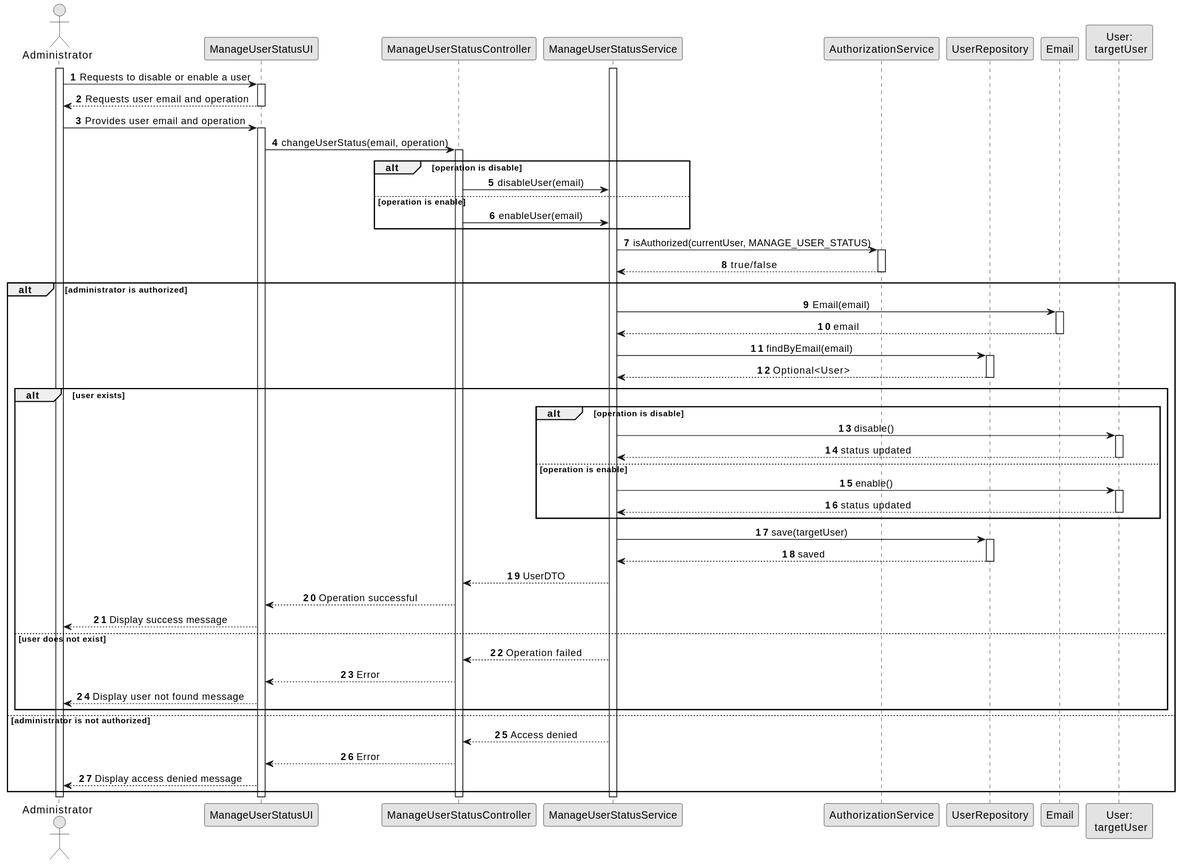
1240537-brunorodrigues/sem4pi-2526-individual-1240537 keeps this PlantUML diagram as docs/user-stories/02-identity-and-backoffice/US032/03.design/svg/US032-SD.svg. Above is the earlier version. Source of this version:
```plantuml
@startuml
skinparam monochrome true
skinparam packageStyle rectangle
skinparam shadowing false
skinparam sequenceMessageAlign center

autonumber

actor "Administrator" as Admin
participant "ManageUserStatusUI" as UI
participant "ManageUserStatusController" as CTRL
participant "ManageUserStatusService" as Service
participant "AuthorizationService" as AuthzService
participant "UserRepository" as UserRepo
participant "Email" as Email
participant "User:\n targetUser" as TargetUser

activate Admin

Admin -> UI : Requests to disable or enable a user

activate UI
UI --> Admin : Requests user email and operation
deactivate UI

Admin -> UI : Provides user email and operation

activate UI
UI -> CTRL : changeUserStatus(email, operation)

activate CTRL

alt operation is disable
    CTRL -> Service : disableUser(email)
else operation is enable
    CTRL -> Service : enableUser(email)
end

activate Service

Service -> AuthzService : isAuthorized(currentUser, MANAGE_USER_STATUS)

activate AuthzService
AuthzService --> Service : true/false
deactivate AuthzService

alt administrator is authorized

    Service -> Email : Email(email)
    activate Email
    Email --> Service : email
    deactivate Email

    Service -> UserRepo : findByEmail(email)

    activate UserRepo
    UserRepo --> Service : Optional<User>
    deactivate UserRepo

    alt user exists

        alt operation is disable
            Service -> TargetUser : disable()
            activate TargetUser
            TargetUser --> Service : status updated
            deactivate TargetUser
        else operation is enable
            Service -> TargetUser : enable()
            activate TargetUser
            TargetUser --> Service : status updated
            deactivate TargetUser
        end

        Service -> UserRepo : save(targetUser)

        activate UserRepo
        UserRepo --> Service : saved
        deactivate UserRepo

        Service --> CTRL : UserDTO
        CTRL --> UI : Operation successful
        UI --> Admin : Display success message

    else user does not exist

        Service --> CTRL : Operation failed
        CTRL --> UI : Error
        UI --> Admin : Display user not found message

    end

else administrator is not authorized

    Service --> CTRL : Access denied
    CTRL --> UI : Error
    UI --> Admin : Display access denied message

end

deactivate Service
deactivate CTRL
deactivate UI
deactivate Admin
@enduml
```
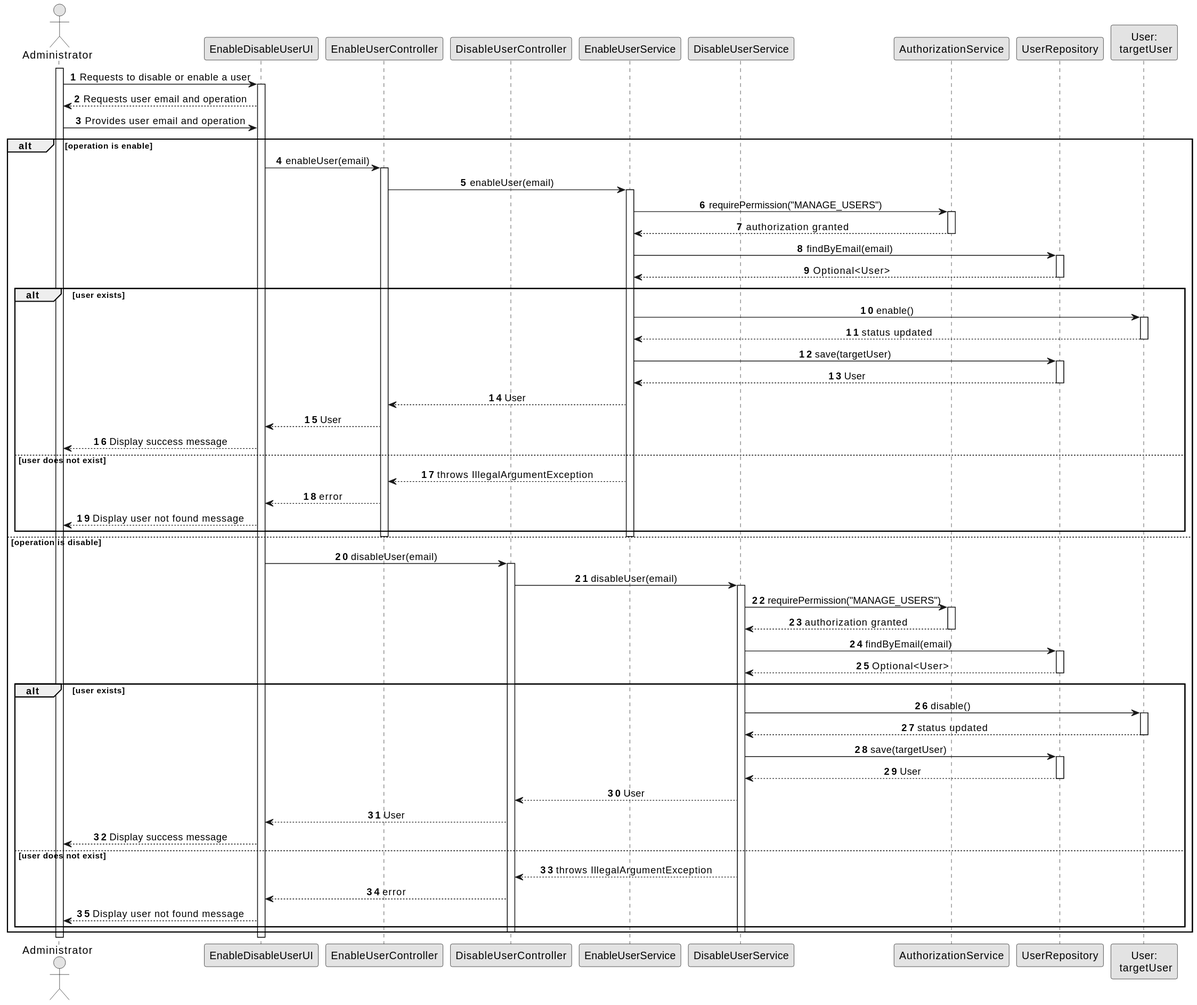
Above is the later version.

The edit, as a diff of the source:
```diff
@@ -7,12 +7,13 @@
 autonumber
 
 actor "Administrator" as Admin
-participant "ManageUserStatusUI" as UI
-participant "ManageUserStatusController" as CTRL
-participant "ManageUserStatusService" as Service
+participant "EnableDisableUserUI" as UI
+participant "EnableUserController" as EnableCTRL
+participant "DisableUserController" as DisableCTRL
+participant "EnableUserService" as EnableService
+participant "DisableUserService" as DisableService
 participant "AuthorizationService" as AuthzService
 participant "UserRepository" as UserRepo
-participant "Email" as Email
 participant "User:\n targetUser" as TargetUser
 
 activate Admin
@@ -21,84 +22,88 @@
 
 activate UI
 UI --> Admin : Requests user email and operation
-deactivate UI
 
 Admin -> UI : Provides user email and operation
 
-activate UI
-UI -> CTRL : changeUserStatus(email, operation)
+alt operation is enable
+    UI -> EnableCTRL : enableUser(email)
+    activate EnableCTRL
+    EnableCTRL -> EnableService : enableUser(email)
+    activate EnableService
 
-activate CTRL
+    EnableService -> AuthzService : requirePermission("MANAGE_USERS")
+    activate AuthzService
+    AuthzService --> EnableService : authorization granted
+    deactivate AuthzService
 
-alt operation is disable
-    CTRL -> Service : disableUser(email)
-else operation is enable
-    CTRL -> Service : enableUser(email)
-end
-
-activate Service
-
-Service -> AuthzService : isAuthorized(currentUser, MANAGE_USER_STATUS)
-
-activate AuthzService
-AuthzService --> Service : true/false
-deactivate AuthzService
-
-alt administrator is authorized
-
-    Service -> Email : Email(email)
-    activate Email
-    Email --> Service : email
-    deactivate Email
-
-    Service -> UserRepo : findByEmail(email)
-
+    EnableService -> UserRepo : findByEmail(email)
     activate UserRepo
-    UserRepo --> Service : Optional<User>
+    UserRepo --> EnableService : Optional<User>
     deactivate UserRepo
 
     alt user exists
+        EnableService -> TargetUser : enable()
+        activate TargetUser
+        TargetUser --> EnableService : status updated
+        deactivate TargetUser
 
-        alt operation is disable
-            Service -> TargetUser : disable()
-            activate TargetUser
-            TargetUser --> Service : status updated
-            deactivate TargetUser
-        else operation is enable
-            Service -> TargetUser : enable()
-            activate TargetUser
-            TargetUser --> Service : status updated
-            deactivate TargetUser
-        end
-
-        Service -> UserRepo : save(targetUser)
-
+        EnableService -> UserRepo : save(targetUser)
         activate UserRepo
-        UserRepo --> Service : saved
+        UserRepo --> EnableService : User
         deactivate UserRepo
 
-        Service --> CTRL : UserDTO
-        CTRL --> UI : Operation successful
+        EnableService --> EnableCTRL : User
+        EnableCTRL --> UI : User
         UI --> Admin : Display success message
-
     else user does not exist
-
-        Service --> CTRL : Operation failed
-        CTRL --> UI : Error
+        EnableService --> EnableCTRL : throws IllegalArgumentException
+        EnableCTRL --> UI : error
         UI --> Admin : Display user not found message
-
     end
 
-else administrator is not authorized
+    deactivate EnableService
+    deactivate EnableCTRL
 
-    Service --> CTRL : Access denied
-    CTRL --> UI : Error
-    UI --> Admin : Display access denied message
+else operation is disable
+    UI -> DisableCTRL : disableUser(email)
+    activate DisableCTRL
+    DisableCTRL -> DisableService : disableUser(email)
+    activate DisableService
 
+    DisableService -> AuthzService : requirePermission("MANAGE_USERS")
+    activate AuthzService
+    AuthzService --> DisableService : authorization granted
+    deactivate AuthzService
+
+    DisableService -> UserRepo : findByEmail(email)
+    activate UserRepo
+    UserRepo --> DisableService : Optional<User>
+    deactivate UserRepo
+
+    alt user exists
+        DisableService -> TargetUser : disable()
+        activate TargetUser
+        TargetUser --> DisableService : status updated
+        deactivate TargetUser
+
+        DisableService -> UserRepo : save(targetUser)
+        activate UserRepo
+        UserRepo --> DisableService : User
+        deactivate UserRepo
+
+        DisableService --> DisableCTRL : User
+        DisableCTRL --> UI : User
+        UI --> Admin : Display success message
+    else user does not exist
+        DisableService --> DisableCTRL : throws IllegalArgumentException
+        DisableCTRL --> UI : error
+        UI --> Admin : Display user not found message
+    end
+
+    deactivate DisableService
+    deactivate DisableCTRL
 end
 
-deactivate Service
-deactivate CTRL
 deactivate UI
 deactivate Admin
 @enduml
```
